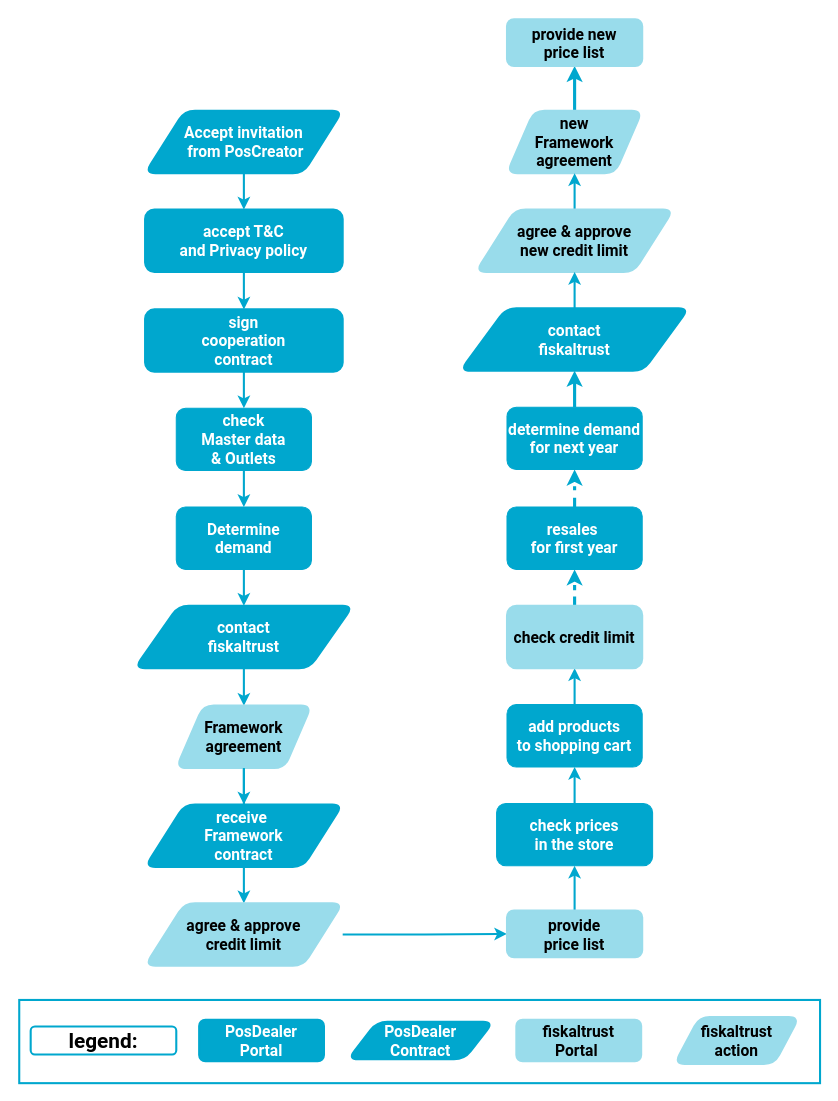
fiskaltrust/rollout-doc keeps this draw.io diagram as buy-resell/images/sources/buy_resell-details.drawio. Above is the earlier version. Source tidied: cells renumbered, new cells numbered last; positions are measured from the earlier drawing's top-left corner, leaving out a move shared by most shapes. Both pictures are drawn from the tidied source at 104%, with x=0, y=0 at pixel (19, 19).
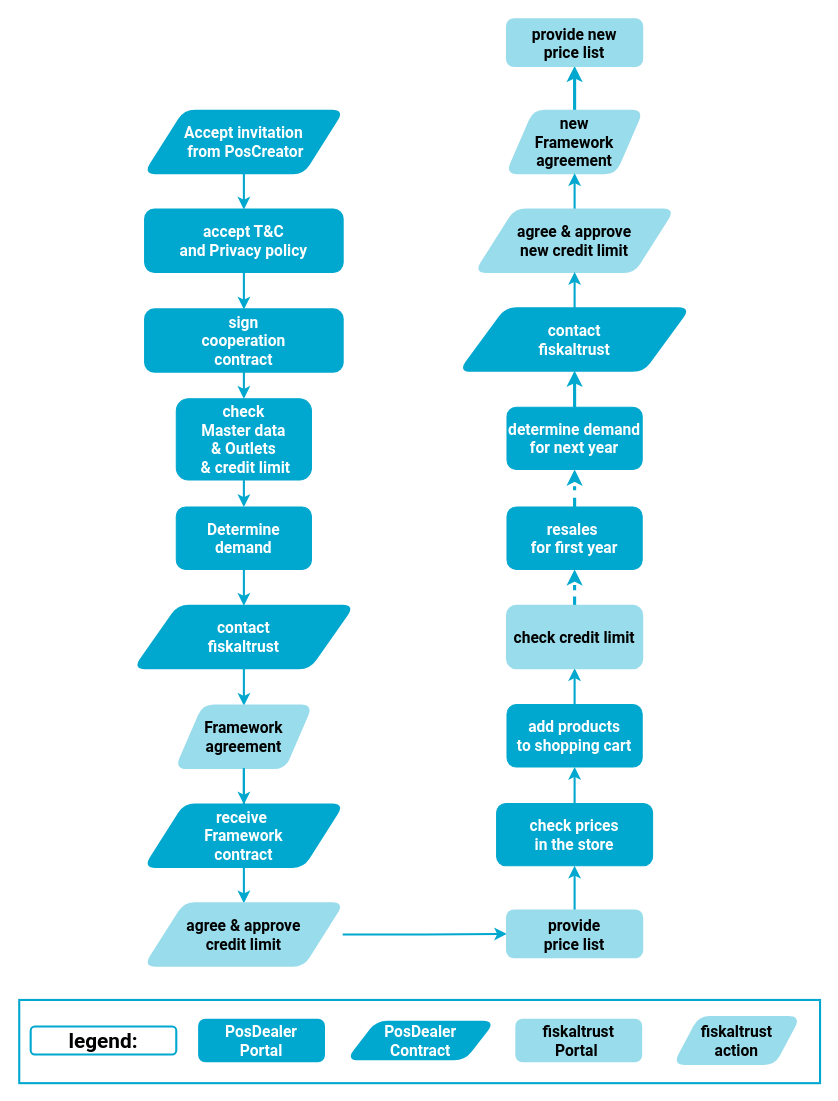
Above is the later version.

Diff of the diagram source:
```diff
@@
-    <mxCell id="17" value="check &lt;br&gt;Master data &lt;br&gt;&amp;amp; Outlets" style="whiteSpace=wrap;html=1;fontSize=15;fontFamily=Roboto;fillColor=#00A7CE;strokeColor=#00A7CE;fontColor=#FFFFFF;rounded=1;fontStyle=1;" parent="1" vertex="1">
-      <mxGeometry x="151" y="374" width="130" height="60" as="geometry" />
+    <mxCell id="17" value="check &lt;br&gt;Master data &lt;br&gt;&amp;amp; Outlets&lt;br&gt;&amp;nbsp;&amp;amp; credit limit" style="whiteSpace=wrap;html=1;fontSize=15;fontFamily=Roboto;fillColor=#00A7CE;strokeColor=#00A7CE;fontColor=#FFFFFF;rounded=1;fontStyle=1;" parent="1" vertex="1">
+      <mxGeometry x="151" y="365" width="130" height="78" as="geometry" />
     </mxCell>
```
